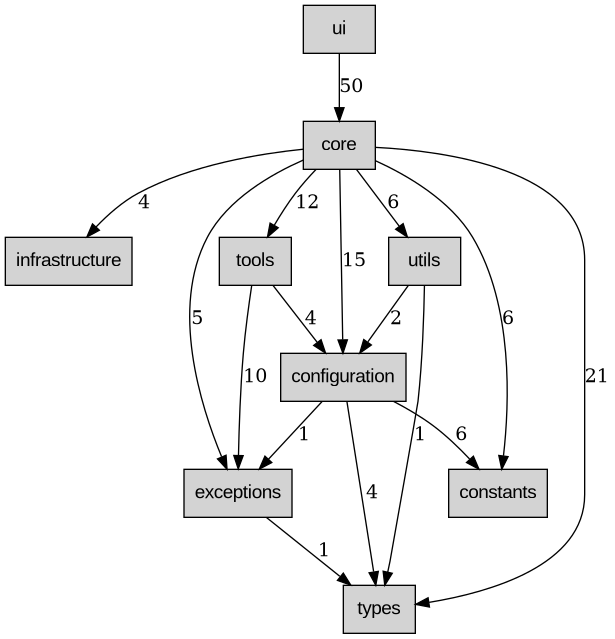
Earlier version of the Graphviz export docs/architecture/dependencies/DEPENDENCY_LAYERS.png (ryumacodes/tunacode). Its source is kept beside it as docs/architecture/dependencies/DEPENDENCY_LAYERS.dot.
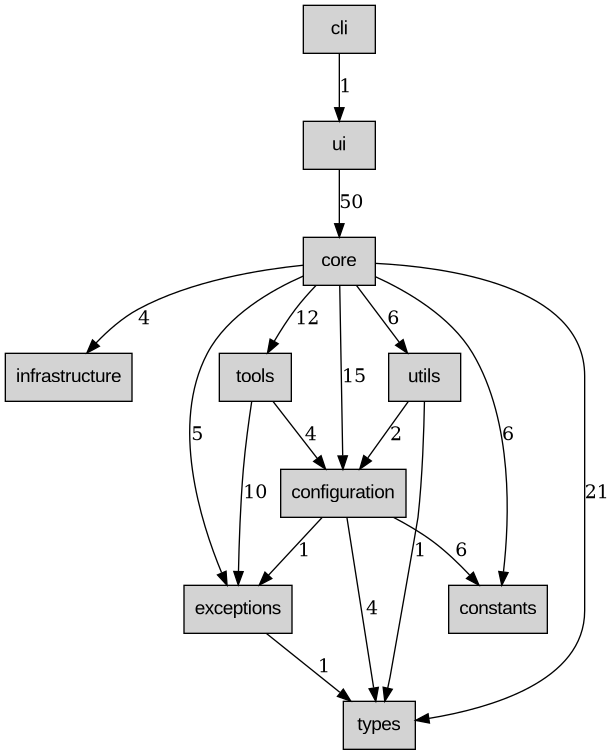
Later version of the same file.

What changed in the source:
```diff
@@ -2,6 +2,7 @@
   rankdir=TB;
   node [shape=box, style=filled, fontname=Arial];
 
+  cli [label="cli"];
   ui [label="ui"];
   core [label="core"];
   infrastructure [label="infrastructure"];
@@ -12,6 +13,7 @@
   exceptions [label="exceptions"];
   types [label="types"];
 
+  cli -> ui [label="1"];
   configuration -> constants [label="6"];
   configuration -> exceptions [label="1"];
   configuration -> types [label="4"];
```
